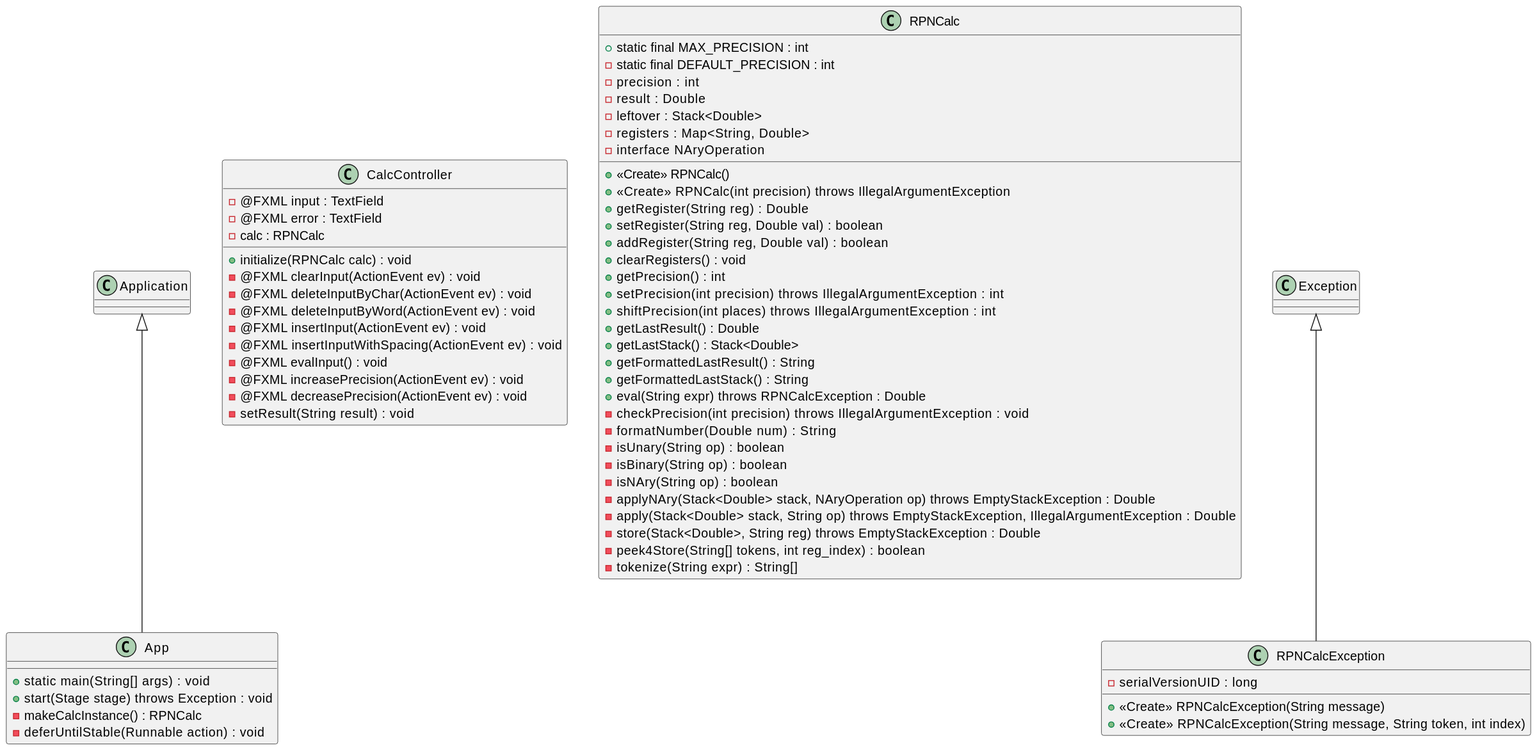
This is img/class-diagram.svg from Sigrist-und-Partner-AG/rpn-calc, a PlantUML export, as it was before one commit. Source of this version:
```plantuml
@startuml

class App extends Application {
    + static main(String[] args) : void
    + start(Stage stage) throws Exception : void
    - makeCalcInstance() : RPNCalc
    - deferUntilStable(Runnable action) : void
}

class CalcController {
    - @FXML input : TextField
    - @FXML error : TextField
    - calc : RPNCalc
    + initialize(RPNCalc calc) : void
    - @FXML clearInput(ActionEvent ev) : void
    - @FXML deleteInputByChar(ActionEvent ev) : void
    - @FXML deleteInputByWord(ActionEvent ev) : void
    - @FXML insertInput(ActionEvent ev) : void
    - @FXML insertInputWithSpacing(ActionEvent ev) : void
    - @FXML evalInput() : void
    - @FXML increasePrecision(ActionEvent ev) : void
    - @FXML decreasePrecision(ActionEvent ev) : void
    - setResult(String result) : void
}

class RPNCalc {
    + static final MAX_PRECISION : int
    - static final DEFAULT_PRECISION : int
    - precision : int
    - result : Double
    - leftover : Stack<Double>
    - registers : Map<String, Double>
    - interface NAryOperation
    + <<Create>> RPNCalc()
    + <<Create>> RPNCalc(int precision) throws IllegalArgumentException
    + getRegister(String reg) : Double
    + setRegister(String reg, Double val) : boolean
    + addRegister(String reg, Double val) : boolean
    + clearRegisters() : void
    + getPrecision() : int
    + setPrecision(int precision) throws IllegalArgumentException : int
    + shiftPrecision(int places) throws IllegalArgumentException : int
    + getLastResult() : Double
    + getLastStack() : Stack<Double>
    + getFormattedLastResult() : String
    + getFormattedLastStack() : String
    + eval(String expr) throws RPNCalcException : Double
    - checkPrecision(int precision) throws IllegalArgumentException : void
    - formatNumber(Double num) : String
    - isUnary(String op) : boolean
    - isBinary(String op) : boolean
    - isNAry(String op) : boolean
    - applyNAry(Stack<Double> stack, NAryOperation op) throws EmptyStackException : Double
    - apply(Stack<Double> stack, String op) throws EmptyStackException, IllegalArgumentException : Double
    - store(Stack<Double>, String reg) throws EmptyStackException : Double
    - peek4Store(String[] tokens, int reg_index) : boolean
    - tokenize(String expr) : String[]
}

class RPNCalcException extends Exception {
    - serialVersionUID : long
    + <<Create>> RPNCalcException(String message)
    + <<Create>> RPNCalcException(String message, String token, int index)
}

@enduml
```
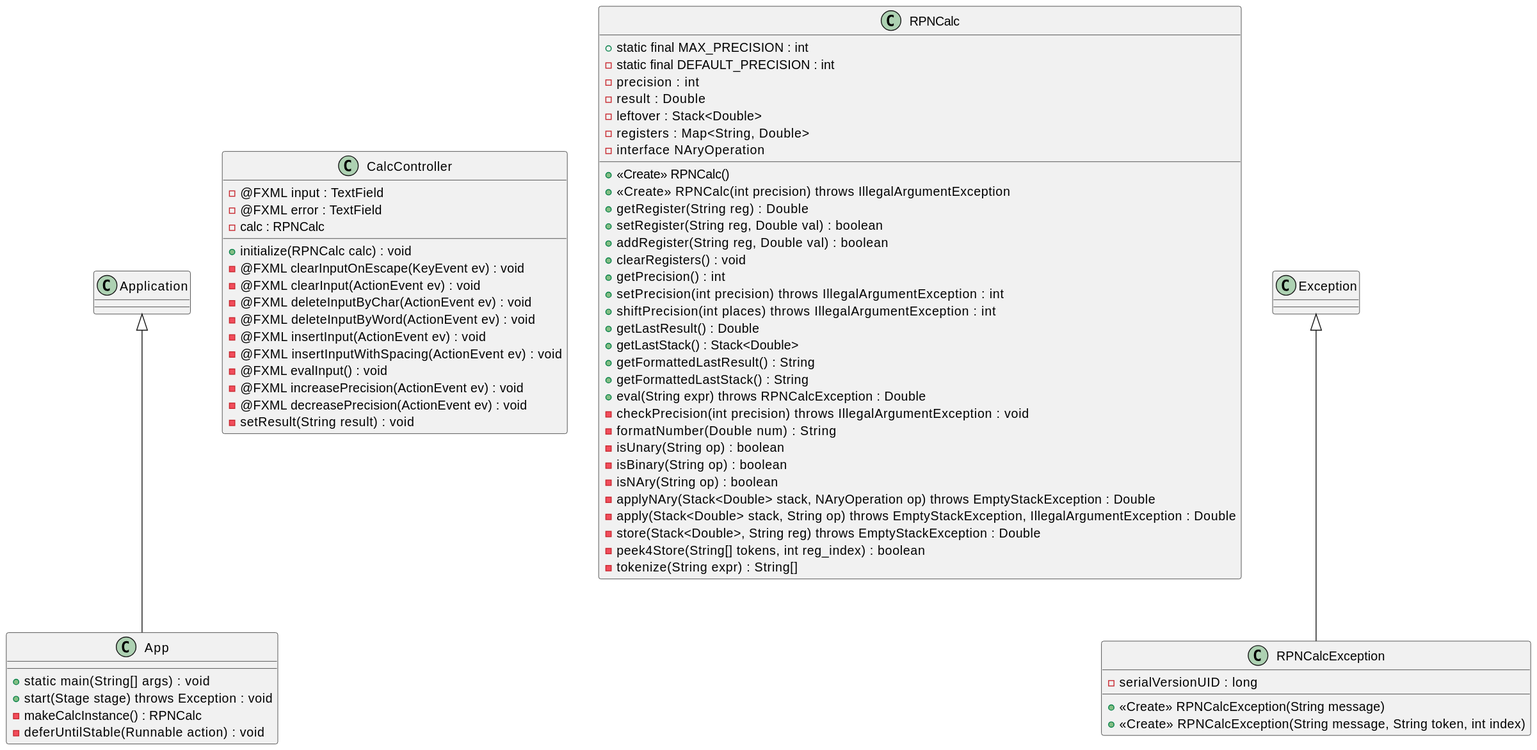
The same file after the commit.

Change to the diagram source:
```diff
@@ -12,6 +12,7 @@
     - @FXML error : TextField
     - calc : RPNCalc
     + initialize(RPNCalc calc) : void
+    - @FXML clearInputOnEscape(KeyEvent ev) : void
     - @FXML clearInput(ActionEvent ev) : void
     - @FXML deleteInputByChar(ActionEvent ev) : void
     - @FXML deleteInputByWord(ActionEvent ev) : void
```
